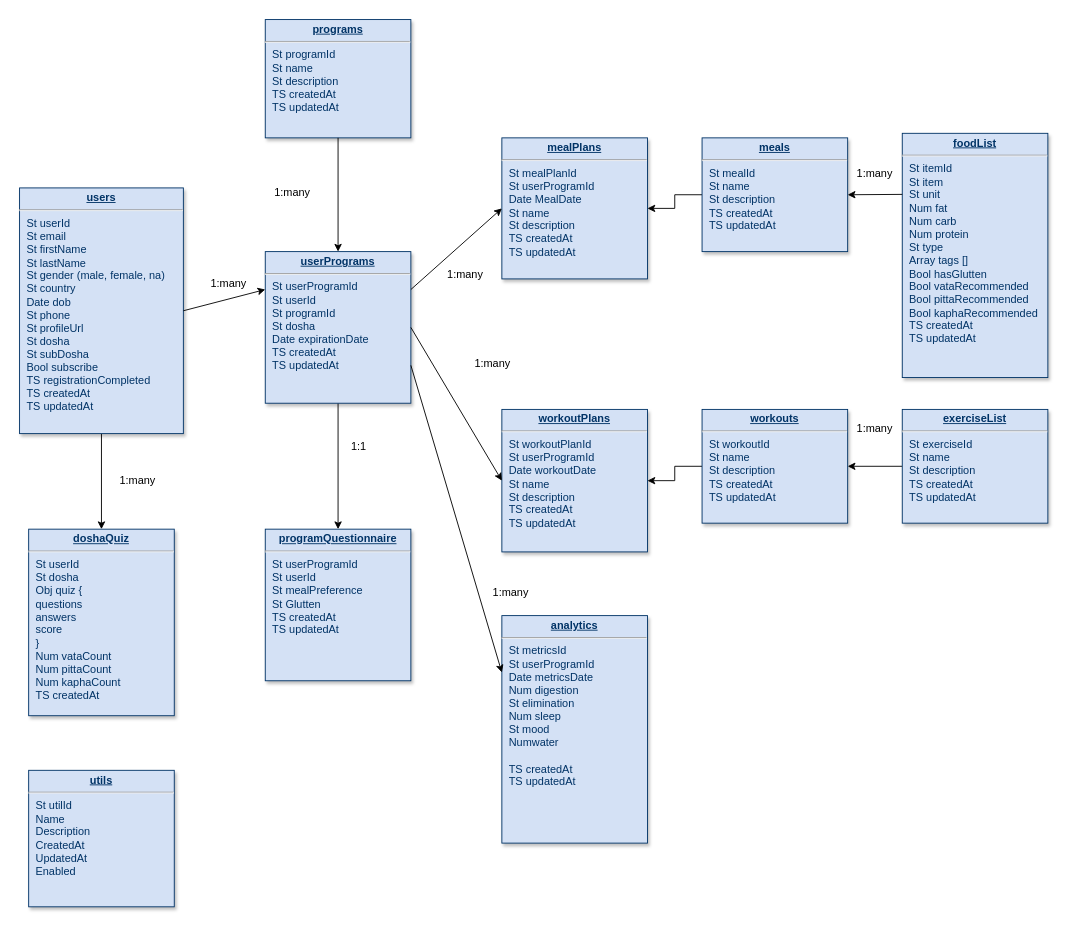
Earlier version of the draw.io diagram Prana Diagram.drawio (jhonnyoddball/mauro218). Source tidied: cells renumbered, new cells numbered last; positions are measured from the earlier drawing's top-left corner, leaving out a move shared by most shapes. Both pictures are drawn from the tidied source at 91%, with x=0, y=0 at pixel (19, 19).
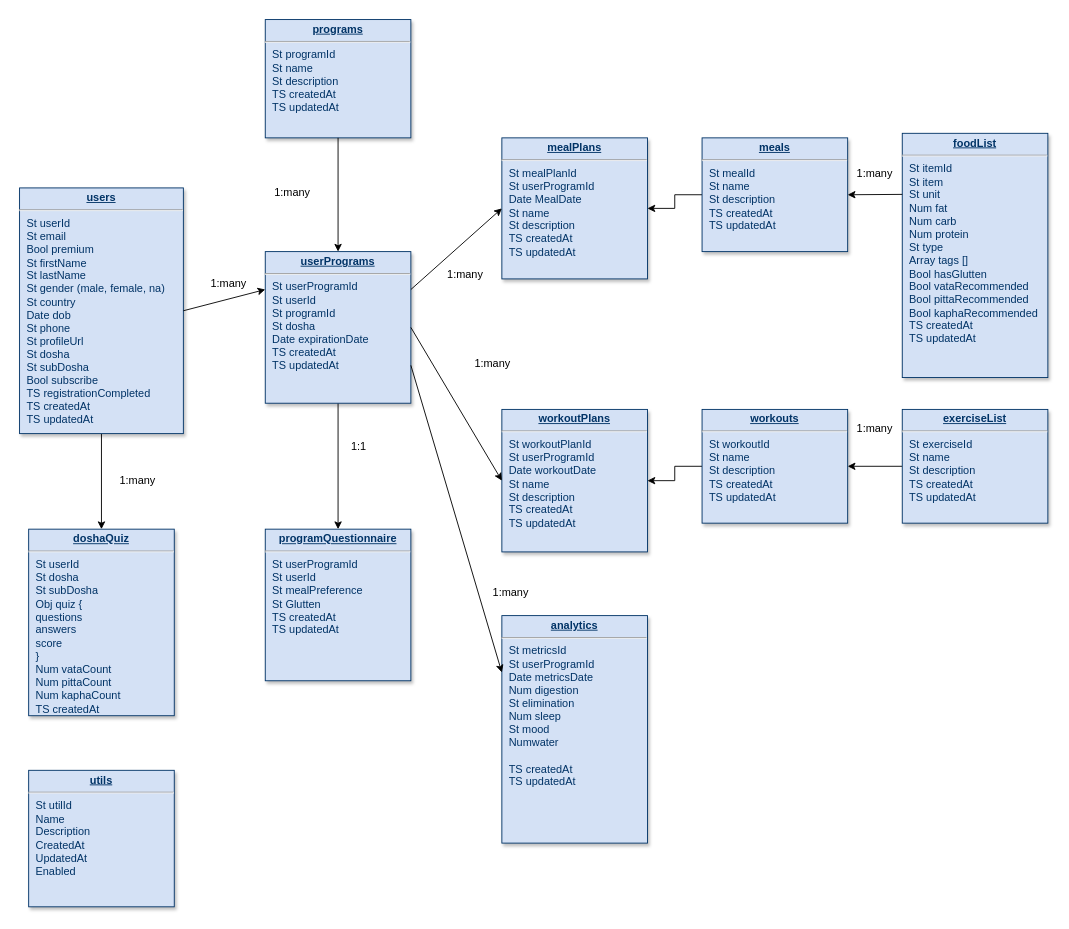
The same diagram, later.

The edit, as a diff of the source:
```diff
@@
-    <mxCell id="6" value="&lt;p style=&quot;margin: 0px ; margin-top: 4px ; text-align: center ; text-decoration: underline&quot;&gt;&lt;strong&gt;users&lt;/strong&gt;&lt;/p&gt;&lt;hr&gt;&lt;p style=&quot;margin: 0px ; margin-left: 8px&quot;&gt;St userId&lt;/p&gt;&lt;p style=&quot;margin: 0px ; margin-left: 8px&quot;&gt;St email&lt;/p&gt;&lt;p style=&quot;margin: 0px ; margin-left: 8px&quot;&gt;St firstName&lt;/p&gt;&lt;p style=&quot;margin: 0px ; margin-left: 8px&quot;&gt;St lastName&lt;/p&gt;&lt;p style=&quot;margin: 0px ; margin-left: 8px&quot;&gt;St gender (male, female, na)&lt;/p&gt;&lt;p style=&quot;margin: 0px ; margin-left: 8px&quot;&gt;St country&lt;/p&gt;&lt;p style=&quot;margin: 0px ; margin-left: 8px&quot;&gt;Date dob&lt;/p&gt;&lt;p style=&quot;margin: 0px ; margin-left: 8px&quot;&gt;St phone&lt;/p&gt;&lt;p style=&quot;margin: 0px ; margin-left: 8px&quot;&gt;St profileUrl&lt;/p&gt;&lt;p style=&quot;margin: 0px ; margin-left: 8px&quot;&gt;St dosha&lt;/p&gt;&lt;p style=&quot;margin: 0px ; margin-left: 8px&quot;&gt;St subDosha&lt;/p&gt;&lt;p style=&quot;margin: 0px ; margin-left: 8px&quot;&gt;Bool subscribe&lt;/p&gt;&lt;p style=&quot;margin: 0px ; margin-left: 8px&quot;&gt;TS registrationCompleted&lt;/p&gt;&lt;p style=&quot;margin: 0px ; margin-left: 8px&quot;&gt;TS createdAt&lt;/p&gt;&lt;p style=&quot;margin: 0px ; margin-left: 8px&quot;&gt;TS updatedAt&lt;/p&gt;" style="verticalAlign=top;align=left;overflow=fill;fontSize=12;fontFamily=Helvetica;html=1;strokeColor=#003366;shadow=1;fillColor=#D4E1F5;fontColor=#003366;" parent="1" vertex="1">
+    <mxCell id="6" value="&lt;p style=&quot;margin: 0px ; margin-top: 4px ; text-align: center ; text-decoration: underline&quot;&gt;&lt;strong&gt;users&lt;/strong&gt;&lt;/p&gt;&lt;hr&gt;&lt;p style=&quot;margin: 0px ; margin-left: 8px&quot;&gt;St userId&lt;/p&gt;&lt;p style=&quot;margin: 0px ; margin-left: 8px&quot;&gt;St email&lt;/p&gt;&lt;p style=&quot;margin: 0px ; margin-left: 8px&quot;&gt;Bool premium&lt;/p&gt;&lt;p style=&quot;margin: 0px ; margin-left: 8px&quot;&gt;St firstName&lt;/p&gt;&lt;p style=&quot;margin: 0px ; margin-left: 8px&quot;&gt;St lastName&lt;/p&gt;&lt;p style=&quot;margin: 0px ; margin-left: 8px&quot;&gt;St gender (male, female, na)&lt;/p&gt;&lt;p style=&quot;margin: 0px ; margin-left: 8px&quot;&gt;St country&lt;/p&gt;&lt;p style=&quot;margin: 0px ; margin-left: 8px&quot;&gt;Date dob&lt;/p&gt;&lt;p style=&quot;margin: 0px ; margin-left: 8px&quot;&gt;St phone&lt;/p&gt;&lt;p style=&quot;margin: 0px ; margin-left: 8px&quot;&gt;St profileUrl&lt;/p&gt;&lt;p style=&quot;margin: 0px ; margin-left: 8px&quot;&gt;St dosha&lt;/p&gt;&lt;p style=&quot;margin: 0px ; margin-left: 8px&quot;&gt;St subDosha&lt;/p&gt;&lt;p style=&quot;margin: 0px ; margin-left: 8px&quot;&gt;Bool subscribe&lt;/p&gt;&lt;p style=&quot;margin: 0px ; margin-left: 8px&quot;&gt;TS registrationCompleted&lt;/p&gt;&lt;p style=&quot;margin: 0px ; margin-left: 8px&quot;&gt;TS createdAt&lt;/p&gt;&lt;p style=&quot;margin: 0px ; margin-left: 8px&quot;&gt;TS updatedAt&lt;/p&gt;" style="verticalAlign=top;align=left;overflow=fill;fontSize=12;fontFamily=Helvetica;html=1;strokeColor=#003366;shadow=1;fillColor=#D4E1F5;fontColor=#003366;" parent="1" vertex="1">
       <mxGeometry y="185" width="180" height="270" as="geometry" />
     </mxCell>
@@
-    <mxCell id="8" value="&lt;p style=&quot;margin: 0px ; margin-top: 4px ; text-align: center ; text-decoration: underline&quot;&gt;&lt;strong&gt;doshaQuiz&lt;/strong&gt;&lt;/p&gt;&lt;hr&gt;&lt;p style=&quot;margin: 0px ; margin-left: 8px&quot;&gt;St userId&lt;/p&gt;&lt;p style=&quot;margin: 0px ; margin-left: 8px&quot;&gt;St dosha&lt;/p&gt;&lt;p style=&quot;margin: 0px ; margin-left: 8px&quot;&gt;Obj quiz {&lt;/p&gt;&lt;p style=&quot;margin: 0px ; margin-left: 8px&quot;&gt;questions&lt;/p&gt;&lt;p style=&quot;margin: 0px ; margin-left: 8px&quot;&gt;answers&lt;/p&gt;&lt;p style=&quot;margin: 0px ; margin-left: 8px&quot;&gt;score&lt;/p&gt;&lt;p style=&quot;margin: 0px ; margin-left: 8px&quot;&gt;}&lt;/p&gt;&lt;p style=&quot;margin: 0px ; margin-left: 8px&quot;&gt;Num vataCount&lt;/p&gt;&lt;p style=&quot;margin: 0px ; margin-left: 8px&quot;&gt;Num pittaCount&lt;/p&gt;&lt;p style=&quot;margin: 0px ; margin-left: 8px&quot;&gt;Num kaphaCount&lt;/p&gt;&lt;p style=&quot;margin: 0px ; margin-left: 8px&quot;&gt;TS createdAt&lt;/p&gt;" style="verticalAlign=top;align=left;overflow=fill;fontSize=12;fontFamily=Helvetica;html=1;strokeColor=#003366;shadow=1;fillColor=#D4E1F5;fontColor=#003366;" parent="1" vertex="1">
+    <mxCell id="8" value="&lt;p style=&quot;margin: 0px ; margin-top: 4px ; text-align: center ; text-decoration: underline&quot;&gt;&lt;strong&gt;doshaQuiz&lt;/strong&gt;&lt;/p&gt;&lt;hr&gt;&lt;p style=&quot;margin: 0px ; margin-left: 8px&quot;&gt;St userId&lt;/p&gt;&lt;p style=&quot;margin: 0px ; margin-left: 8px&quot;&gt;St dosha&lt;/p&gt;&lt;p style=&quot;margin: 0px ; margin-left: 8px&quot;&gt;St subDosha&lt;/p&gt;&lt;p style=&quot;margin: 0px ; margin-left: 8px&quot;&gt;Obj quiz {&lt;/p&gt;&lt;p style=&quot;margin: 0px ; margin-left: 8px&quot;&gt;questions&lt;/p&gt;&lt;p style=&quot;margin: 0px ; margin-left: 8px&quot;&gt;answers&lt;/p&gt;&lt;p style=&quot;margin: 0px ; margin-left: 8px&quot;&gt;score&lt;/p&gt;&lt;p style=&quot;margin: 0px ; margin-left: 8px&quot;&gt;}&lt;/p&gt;&lt;p style=&quot;margin: 0px ; margin-left: 8px&quot;&gt;Num vataCount&lt;/p&gt;&lt;p style=&quot;margin: 0px ; margin-left: 8px&quot;&gt;Num pittaCount&lt;/p&gt;&lt;p style=&quot;margin: 0px ; margin-left: 8px&quot;&gt;Num kaphaCount&lt;/p&gt;&lt;p style=&quot;margin: 0px ; margin-left: 8px&quot;&gt;TS createdAt&lt;/p&gt;" style="verticalAlign=top;align=left;overflow=fill;fontSize=12;fontFamily=Helvetica;html=1;strokeColor=#003366;shadow=1;fillColor=#D4E1F5;fontColor=#003366;" parent="1" vertex="1">
       <mxGeometry x="10" y="560" width="160" height="205" as="geometry" />
     </mxCell>
```
